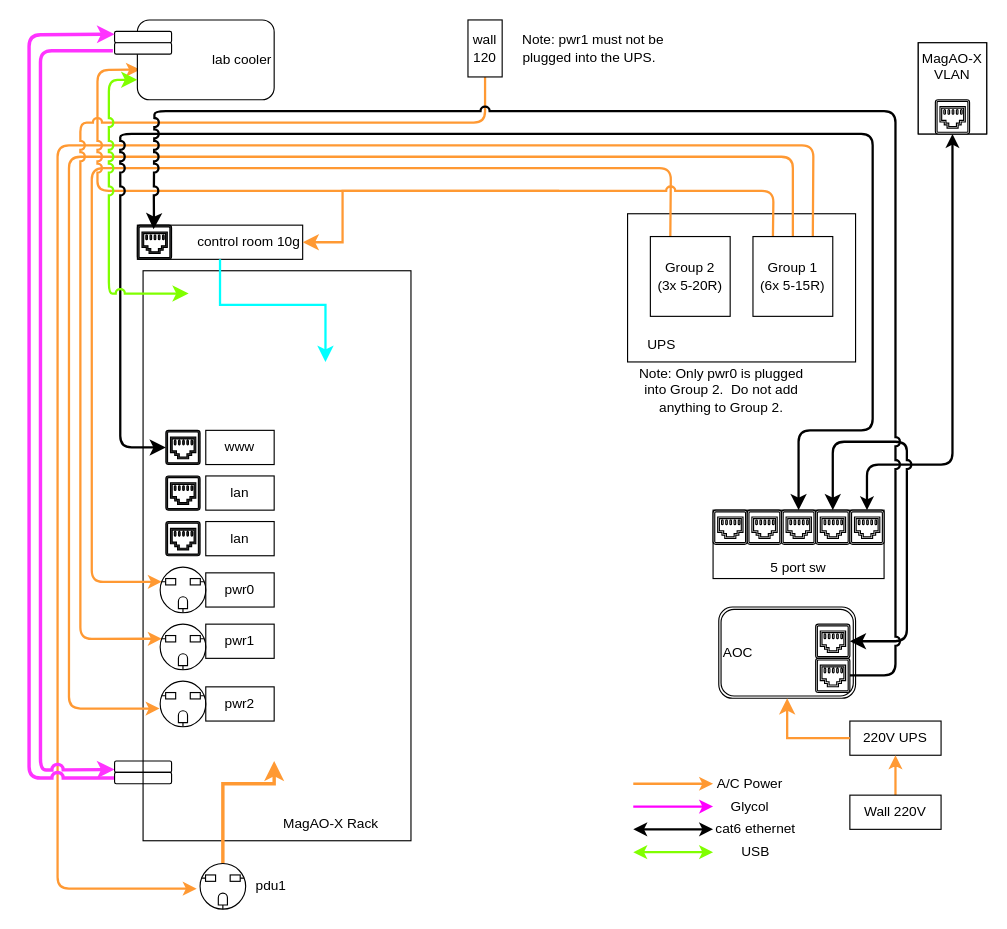
This is handling/figures/lco_cleanroom_connections.drawio from magao-x/handbook, a draw.io file, before an edit. Source tidied: cells renumbered, new cells numbered last; positions are measured from the earlier drawing's top-left corner, leaving out a move shared by most shapes. Both pictures are drawn from the tidied source at 114%, with x=0, y=0 at pixel (28, 19).
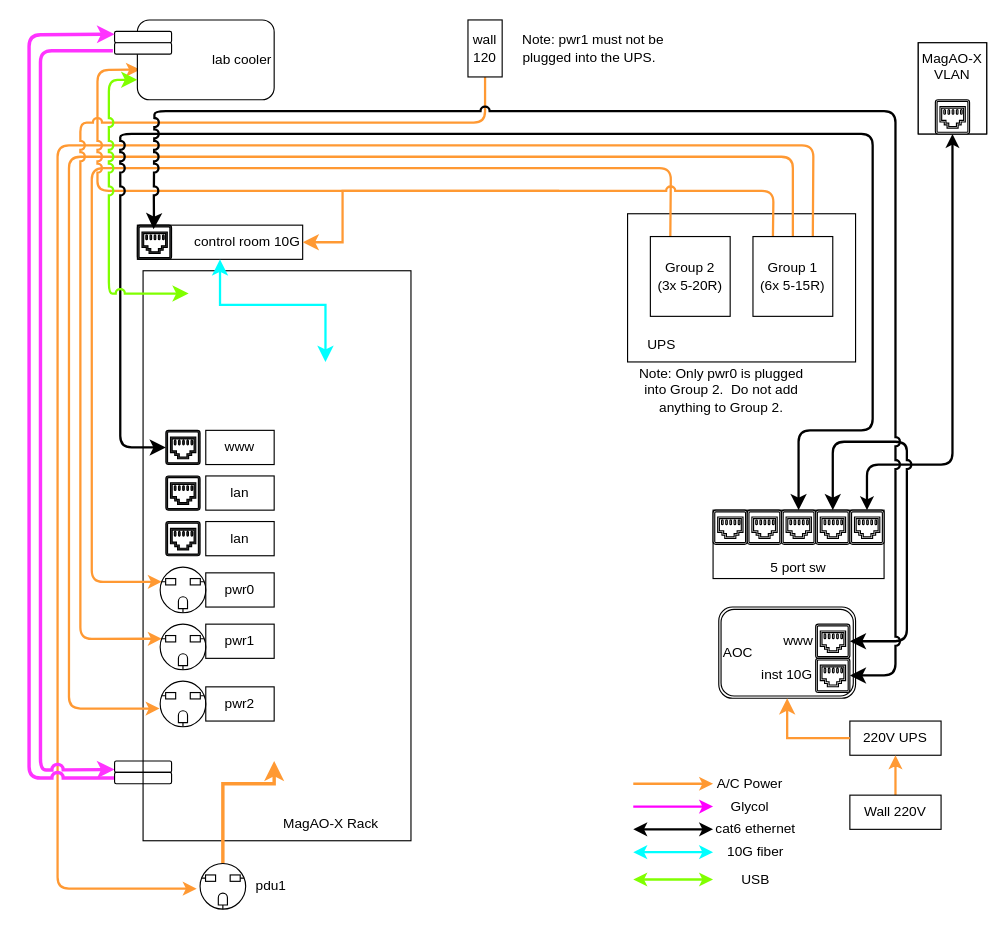
Above is the later version.

Commit message (it also covers changes not shown here):
updated cleanroom connections

The change refers to these unchanged cells:
```xml
<mxCell id="22" style="sketch=0;shadow=0;dashed=0;html=1;strokeColor=#000000;fillColor=#FFFFFF;labelPosition=center;verticalLabelPosition=bottom;verticalAlign=top;align=center;outlineConnect=0;shape=mxgraph.vvd.ethernet_port;fontColor=#000000;" parent="1" vertex="1">
  <mxGeometry x="690" y="560" width="30" height="30" as="geometry" />
</mxCell>
```

The edit, as a diff of the source:
```diff
@@
-    <mxCell id="14" value="control room 10g" style="rounded=0;whiteSpace=wrap;html=1;strokeColor=#000000;fontColor=#000000;fillColor=#FFFFFF;align=right;" parent="1" vertex="1">
+    <mxCell id="14" value="control room 10G" style="rounded=0;whiteSpace=wrap;html=1;strokeColor=#000000;fontColor=#000000;fillColor=#FFFFFF;align=right;" parent="1" vertex="1">
       <mxGeometry x="95" y="180" width="145" height="30" as="geometry" />
     </mxCell>
@@
-    <mxCell id="55" style="edgeStyle=segmentEdgeStyle;endArrow=classic;html=1;rounded=1;endSize=8;startSize=8;strokeColor=#000000;strokeWidth=2;fontColor=#000000;jumpStyle=arc;entryX=0.098;entryY=0.118;entryDx=0;entryDy=0;entryPerimeter=0;" parent="1" edge="1" source="22" target="14">
+    <mxCell id="55" style="edgeStyle=segmentEdgeStyle;endArrow=classic;html=1;rounded=1;endSize=8;startSize=8;strokeColor=#000000;strokeWidth=2;fontColor=#000000;jumpStyle=arc;entryX=0.098;entryY=0.118;entryDx=0;entryDy=0;entryPerimeter=0;startArrow=classic;startFill=1;" parent="1" edge="1" source="22" target="14">
       <mxGeometry relative="1" as="geometry">
         <Array as="points">
           <mxPoint x="760" y="575" />
           <mxPoint x="760" y="80" />
           <mxPoint x="110" y="80" />
           <mxPoint x="110" y="160" />
         </Array>
       </mxGeometry>
     </mxCell>
-    <mxCell id="56" style="edgeStyle=segmentEdgeStyle;endArrow=classic;html=1;curved=0;rounded=0;endSize=8;startSize=8;strokeWidth=2;fontColor=#000000;jumpStyle=arc;exitX=0.5;exitY=1;exitDx=0;exitDy=0;strokeColor=#00FFFF;" parent="1" edge="1" source="14">
+    <mxCell id="56" style="edgeStyle=segmentEdgeStyle;endArrow=classic;html=1;curved=0;rounded=0;endSize=8;startSize=8;strokeWidth=2;fontColor=#000000;jumpStyle=arc;exitX=0.5;exitY=1;exitDx=0;exitDy=0;strokeColor=#00FFFF;startArrow=classic;startFill=1;" parent="1" edge="1" source="14">
       <mxGeometry relative="1" as="geometry">
         <mxPoint x="260" y="300" as="targetPoint" />
         <Array as="points">
           <mxPoint x="168" y="250" />
           <mxPoint x="260" y="250" />
         </Array>
       </mxGeometry>
     </mxCell>
@@
     <mxCell id="59" style="endArrow=classic;startArrow=classic;html=1;rounded=1;strokeColor=#80FF00;strokeWidth=2;fontColor=#000000;jumpStyle=arc;" parent="1" edge="1">
       <mxGeometry relative="1" as="geometry">
-        <mxPoint x="530" y="730" as="sourcePoint" />
-        <mxPoint x="600" y="730" as="targetPoint" />
+        <mxPoint x="530" y="754" as="sourcePoint" />
+        <mxPoint x="600" y="754" as="targetPoint" />
       </mxGeometry>
     </mxCell>
@@
     <mxCell id="65" value="USB" style="text;html=1;strokeColor=none;fillColor=none;align=center;verticalAlign=middle;whiteSpace=wrap;rounded=0;fontColor=#000000;" parent="1" vertex="1">
-      <mxGeometry x="595" y="720" width="85" height="20" as="geometry" />
+      <mxGeometry x="595" y="744" width="85" height="20" as="geometry" />
     </mxCell>
@@
+    <mxCell id="74" style="endArrow=classic;startArrow=classic;html=1;rounded=1;strokeColor=#00FFFF;strokeWidth=2;fontColor=#000000;jumpStyle=arc;" parent="1" edge="1">
+      <mxGeometry relative="1" as="geometry">
+        <mxPoint x="530" y="730" as="sourcePoint" />
+        <mxPoint x="600" y="730" as="targetPoint" />
+      </mxGeometry>
+    </mxCell>
+    <mxCell id="75" value="10G fiber" style="text;html=1;strokeColor=none;fillColor=none;align=center;verticalAlign=middle;whiteSpace=wrap;rounded=0;fontColor=#000000;" parent="1" vertex="1">
+      <mxGeometry x="595" y="720" width="85" height="20" as="geometry" />
+    </mxCell>
+    <mxCell id="76" value="www" style="text;html=1;strokeColor=none;fillColor=none;align=center;verticalAlign=middle;whiteSpace=wrap;rounded=0;fontColor=#000000;" parent="1" vertex="1">
+      <mxGeometry x="645" y="530" width="60" height="30" as="geometry" />
+    </mxCell>
+    <mxCell id="77" value="inst 10G" style="text;html=1;strokeColor=none;fillColor=none;align=center;verticalAlign=middle;whiteSpace=wrap;rounded=0;fontColor=#000000;" parent="1" vertex="1">
+      <mxGeometry x="635" y="560" width="60" height="30" as="geometry" />
+    </mxCell>
```
